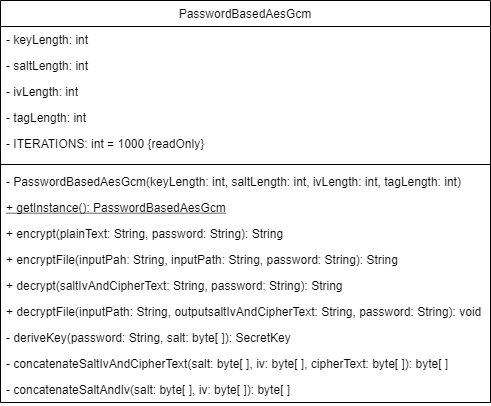
Earlier version of the draw.io export images/Anleitung/UML.png (onierstrasz/BSc_Thesis_Repository). Source tidied: cells renumbered, new cells last; positions are measured from the earlier drawing's top-left corner, leaving out a move shared by most shapes.
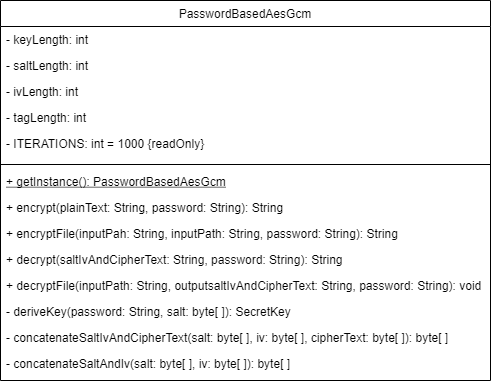
The same file after the commit.

Change to the diagram source:
```diff
@@ -3,7 +3,7 @@
     <mxCell id="0" />
     <mxCell id="1" parent="0" />
     <mxCell id="2" value="PasswordBasedAesGcm" style="swimlane;fontStyle=0;align=center;verticalAlign=top;horizontal=1;startSize=26;rounded=0;shadow=0;strokeWidth=1;" parent="1" vertex="1">
-      <mxGeometry width="490" height="402" as="geometry" />
+      <mxGeometry width="490" height="380" as="geometry" />
     </mxCell>
     <mxCell id="3" value="- keyLength: int" style="text;align=left;verticalAlign=top;spacingLeft=4;spacingRight=4;overflow=hidden;" parent="2" vertex="1">
       <mxGeometry y="26" width="490" height="26" as="geometry" />
@@ -23,32 +23,29 @@
     <mxCell id="8" style="line;html=1;strokeWidth=1;align=left;verticalAlign=middle;spacingTop=-1;spacingLeft=3;spacingRight=3;labelPosition=right;" parent="2" vertex="1">
       <mxGeometry y="160" width="490" height="8" as="geometry" />
     </mxCell>
-    <mxCell id="9" value="- PasswordBasedAesGcm(keyLength: int, saltLength: int, ivLength: int, tagLength: int)" style="text;align=left;verticalAlign=top;spacingLeft=4;spacingRight=4;overflow=hidden;rounded=0;shadow=0;html=0;" parent="2" vertex="1">
-      <mxGeometry y="168" width="490" height="26" as="geometry" />
-    </mxCell>
     <mxCell id="10" value="+ getInstance(): PasswordBasedAesGcm" style="text;align=left;verticalAlign=top;spacingLeft=4;spacingRight=4;overflow=hidden;rounded=0;shadow=0;html=0;fontStyle=4;" parent="2" vertex="1">
-      <mxGeometry y="194" width="490" height="26" as="geometry" />
+      <mxGeometry y="168" width="490" height="26" as="geometry" />
     </mxCell>
     <mxCell id="11" value="+ encrypt(plainText: String, password: String): String" style="text;align=left;verticalAlign=top;spacingLeft=4;spacingRight=4;overflow=hidden;rounded=0;shadow=0;html=0;" parent="2" vertex="1">
-      <mxGeometry y="220" width="490" height="26" as="geometry" />
+      <mxGeometry y="194" width="490" height="26" as="geometry" />
     </mxCell>
     <mxCell id="12" value="+ encryptFile(inputPah: String, inputPath: String, password: String): String" style="text;align=left;verticalAlign=top;spacingLeft=4;spacingRight=4;overflow=hidden;rounded=0;shadow=0;html=0;" parent="2" vertex="1">
-      <mxGeometry y="246" width="490" height="26" as="geometry" />
+      <mxGeometry y="220" width="490" height="26" as="geometry" />
     </mxCell>
     <mxCell id="13" value="+ decrypt(saltIvAndCipherText: String, password: String): String" style="text;align=left;verticalAlign=top;spacingLeft=4;spacingRight=4;overflow=hidden;rounded=0;shadow=0;html=0;" parent="2" vertex="1">
-      <mxGeometry y="272" width="490" height="26" as="geometry" />
+      <mxGeometry y="246" width="490" height="26" as="geometry" />
     </mxCell>
     <mxCell id="14" value="+ decryptFile(inputPath: String, outputsaltIvAndCipherText: String, password: String): void" style="text;align=left;verticalAlign=top;spacingLeft=4;spacingRight=4;overflow=hidden;rounded=0;shadow=0;html=0;" parent="2" vertex="1">
-      <mxGeometry y="298" width="490" height="26" as="geometry" />
+      <mxGeometry y="272" width="490" height="26" as="geometry" />
     </mxCell>
     <mxCell id="15" value="- deriveKey(password: String, salt: byte[ ]): SecretKey" style="text;align=left;verticalAlign=top;spacingLeft=4;spacingRight=4;overflow=hidden;rounded=0;shadow=0;html=0;" parent="2" vertex="1">
-      <mxGeometry y="324" width="490" height="26" as="geometry" />
+      <mxGeometry y="298" width="490" height="26" as="geometry" />
     </mxCell>
     <mxCell id="16" value="- concatenateSaltIvAndCipherText(salt: byte[ ], iv: byte[ ], cipherText: byte[ ]): byte[ ]" style="text;align=left;verticalAlign=top;spacingLeft=4;spacingRight=4;overflow=hidden;rounded=0;shadow=0;html=0;" parent="2" vertex="1">
-      <mxGeometry y="350" width="490" height="26" as="geometry" />
+      <mxGeometry y="324" width="490" height="26" as="geometry" />
     </mxCell>
     <mxCell id="17" value="- concatenateSaltAndIv(salt: byte[ ], iv: byte[ ]): byte[ ]" style="text;align=left;verticalAlign=top;spacingLeft=4;spacingRight=4;overflow=hidden;rounded=0;shadow=0;html=0;" parent="2" vertex="1">
-      <mxGeometry y="376" width="490" height="26" as="geometry" />
+      <mxGeometry y="350" width="490" height="26" as="geometry" />
     </mxCell>
   </root>
 </mxGraphModel>
```
